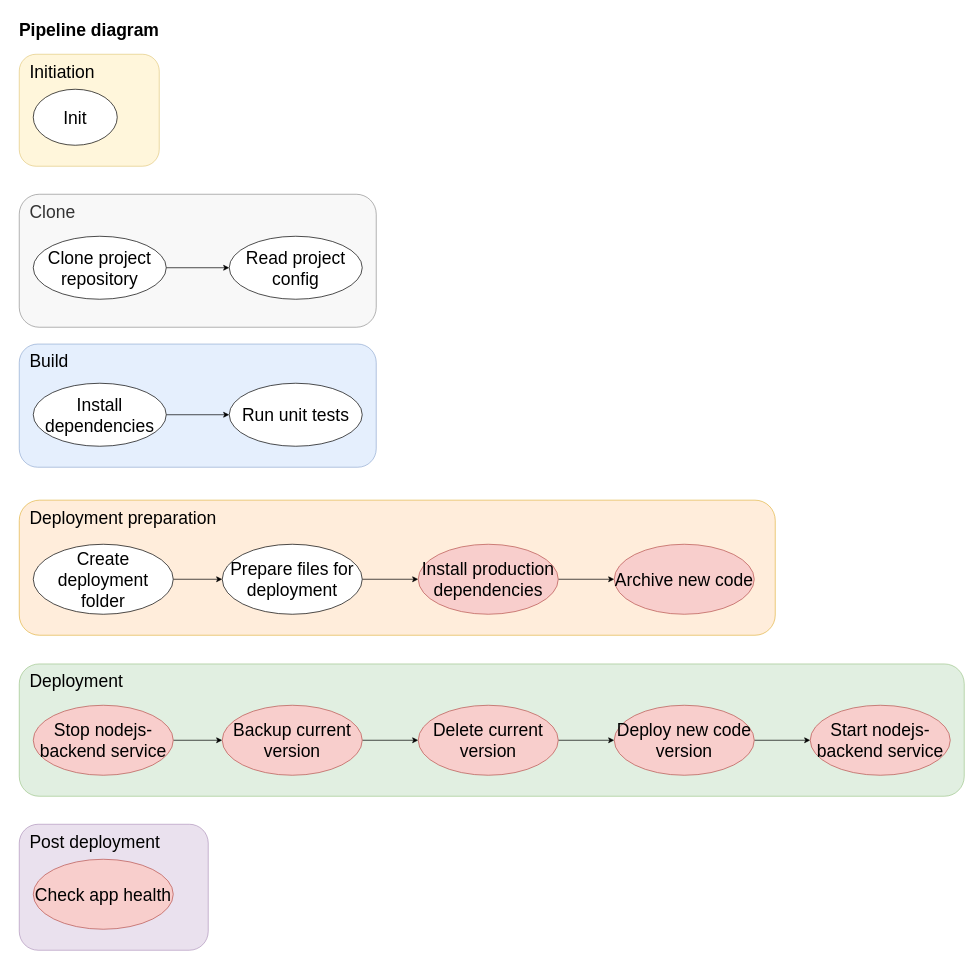
This is diagrams/pipeline-diagram.drawio from DomnMihai/jenkins-pipeline-tutorial__configuration, a draw.io file, before an edit. Source tidied: cells renumbered, new cells numbered last; positions are measured from the earlier drawing's top-left corner, leaving out a move shared by most shapes. Both pictures are drawn from the tidied source at 70%, with x=0, y=0 at pixel (12, 12).
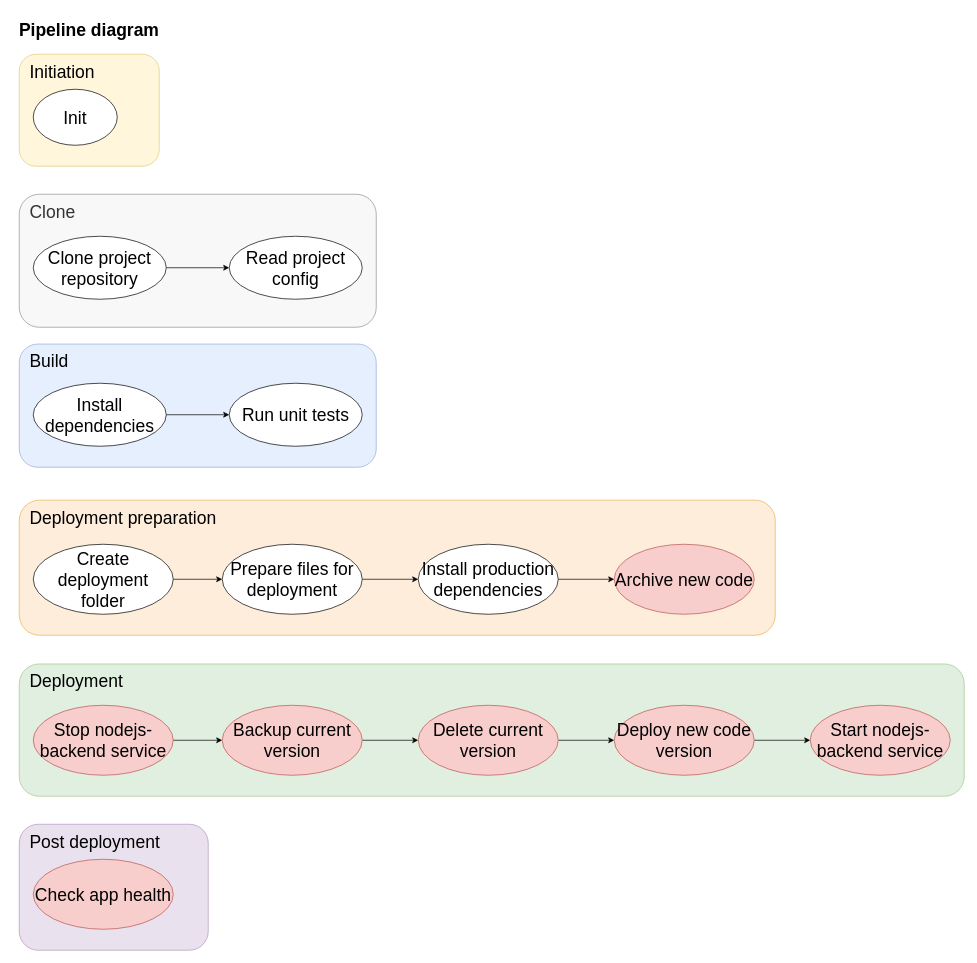
The same diagram, later.

Commit message:
Updated diagram Install production dependencies

Change to the diagram source:
```diff
@@
-    <mxCell id="21" value="Install production dependencies" style="ellipse;whiteSpace=wrap;html=1;fontSize=25;fillColor=#f8cecc;strokeColor=#b85450;" parent="1" vertex="1">
+    <mxCell id="21" value="Install production dependencies" style="ellipse;whiteSpace=wrap;html=1;fontSize=25;" parent="1" vertex="1">
       <mxGeometry x="580" y="760" width="200" height="100" as="geometry" />
     </mxCell>
```
